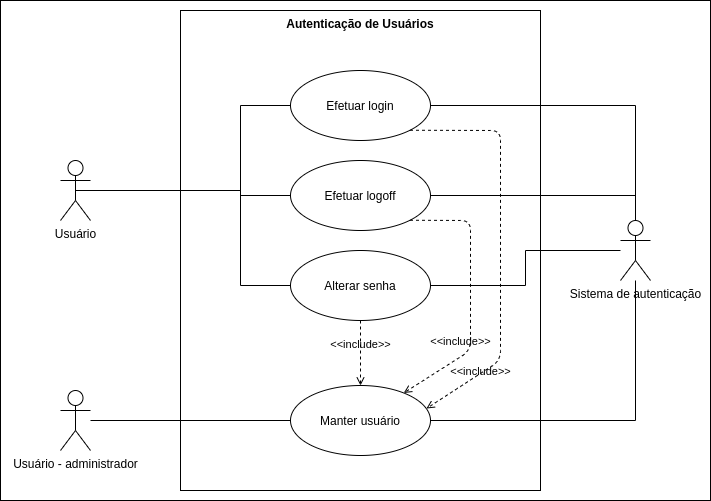
Above: documentacao/diagramas/diagrama_uc_autenticacao.png in jaisonpr/sigo (draw.io), before the change. Source tidied: cells renumbered, new cells last; positions are measured from the earlier drawing's top-left corner, leaving out a move shared by most shapes.
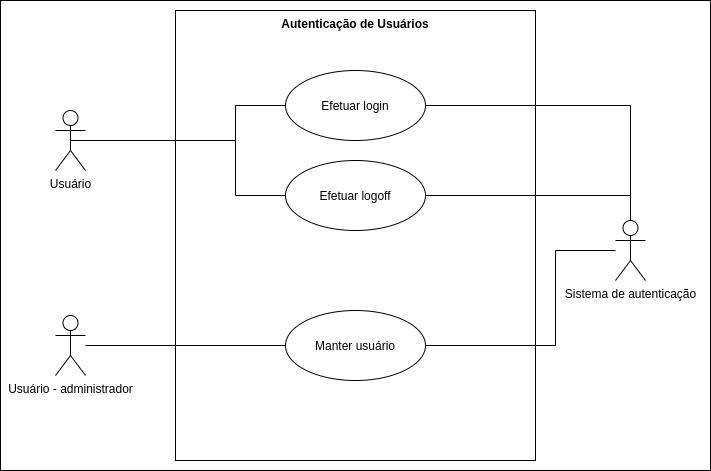
Later version of the same file.

The edit, as a diff of the source:
```diff
@@ -3,89 +3,70 @@
     <mxCell id="0" />
     <mxCell id="1" parent="0" />
     <mxCell id="2" style="rounded=0;whiteSpace=wrap;html=1;" parent="1" vertex="1">
-      <mxGeometry width="710" height="500" as="geometry" />
+      <mxGeometry x="5" width="710" height="470" as="geometry" />
     </mxCell>
     <mxCell id="3" value="Autenticação de Usuários" style="shape=rect;html=1;verticalAlign=top;fontStyle=1;whiteSpace=wrap;align=center;" parent="1" vertex="1">
-      <mxGeometry x="180" y="10" width="360" height="480" as="geometry" />
+      <mxGeometry x="180" y="10" width="360" height="450" as="geometry" />
     </mxCell>
     <mxCell id="4" style="edgeStyle=orthogonalEdgeStyle;rounded=0;jettySize=auto;html=1;exitX=0.5;exitY=0.5;exitDx=0;exitDy=0;exitPerimeter=0;entryX=0;entryY=0.5;entryDx=0;entryDy=0;endArrow=none;endFill=0;" parent="1" edge="1" source="7" target="9">
       <mxGeometry relative="1" as="geometry">
         <Array as="points">
-          <mxPoint x="240" y="190" />
+          <mxPoint x="240" y="140" />
           <mxPoint x="240" y="105" />
         </Array>
       </mxGeometry>
     </mxCell>
-    <mxCell id="5" style="edgeStyle=orthogonalEdgeStyle;rounded=0;jettySize=auto;html=1;entryX=0;entryY=0.5;entryDx=0;entryDy=0;endArrow=none;endFill=0;" parent="1" edge="1" source="7" target="11">
+    <mxCell id="5" style="edgeStyle=orthogonalEdgeStyle;rounded=0;jettySize=auto;html=1;entryX=0;entryY=0.5;entryDx=0;entryDy=0;endArrow=none;endFill=0;exitX=0.5;exitY=0.333;exitDx=0;exitDy=0;exitPerimeter=0;" parent="1" edge="1" source="7" target="11">
       <mxGeometry relative="1" as="geometry">
         <Array as="points">
-          <mxPoint x="240" y="190" />
+          <mxPoint x="75" y="140" />
+          <mxPoint x="240" y="140" />
           <mxPoint x="240" y="195" />
         </Array>
       </mxGeometry>
     </mxCell>
-    <mxCell id="6" style="edgeStyle=orthogonalEdgeStyle;rounded=0;jettySize=auto;html=1;entryX=0;entryY=0.5;entryDx=0;entryDy=0;endArrow=none;endFill=0;" parent="1" edge="1" source="7" target="13">
-      <mxGeometry relative="1" as="geometry">
-        <Array as="points">
-          <mxPoint x="240" y="190" />
-          <mxPoint x="240" y="285" />
-        </Array>
-      </mxGeometry>
-    </mxCell>
     <mxCell id="7" value="Usuário" style="shape=umlActor;verticalLabelPosition=bottom;verticalAlign=top;html=1;" parent="1" vertex="1">
-      <mxGeometry x="60" y="160" width="30" height="60" as="geometry" />
+      <mxGeometry x="60" y="110" width="30" height="60" as="geometry" />
     </mxCell>
-    <mxCell id="8" style="edgeStyle=orthogonalEdgeStyle;rounded=0;jettySize=auto;html=1;entryX=0.5;entryY=0;entryDx=0;entryDy=0;entryPerimeter=0;endArrow=none;endFill=0;" parent="1" edge="1" source="9" target="16">
-      <mxGeometry relative="1" as="geometry" />
+    <mxCell id="8" style="edgeStyle=orthogonalEdgeStyle;rounded=0;jettySize=auto;html=1;entryX=0.5;entryY=0.5;entryDx=0;entryDy=0;entryPerimeter=0;endArrow=none;endFill=0;" parent="1" edge="1" source="9" target="16">
+      <mxGeometry relative="1" as="geometry">
+        <Array as="points">
+          <mxPoint x="635" y="105" />
+        </Array>
+      </mxGeometry>
     </mxCell>
     <mxCell id="9" value="Efetuar login" style="ellipse;whiteSpace=wrap;html=1;" parent="1" vertex="1">
       <mxGeometry x="290" y="70" width="140" height="70" as="geometry" />
     </mxCell>
-    <mxCell id="10" style="edgeStyle=orthogonalEdgeStyle;rounded=0;jettySize=auto;html=1;entryX=0.5;entryY=0;entryDx=0;entryDy=0;entryPerimeter=0;endArrow=none;endFill=0;" parent="1" edge="1" source="11" target="16">
-      <mxGeometry relative="1" as="geometry" />
+    <mxCell id="10" style="edgeStyle=orthogonalEdgeStyle;rounded=0;jettySize=auto;html=1;entryX=0.5;entryY=0.5;entryDx=0;entryDy=0;entryPerimeter=0;endArrow=none;endFill=0;" parent="1" edge="1" source="11" target="16">
+      <mxGeometry relative="1" as="geometry">
+        <Array as="points">
+          <mxPoint x="635" y="195" />
+        </Array>
+      </mxGeometry>
     </mxCell>
     <mxCell id="11" value="Efetuar logoff" style="ellipse;whiteSpace=wrap;html=1;" parent="1" vertex="1">
       <mxGeometry x="290" y="160" width="140" height="70" as="geometry" />
     </mxCell>
-    <mxCell id="12" style="edgeStyle=orthogonalEdgeStyle;rounded=0;jettySize=auto;html=1;endArrow=none;endFill=0;" parent="1" edge="1" source="13" target="16">
-      <mxGeometry relative="1" as="geometry" />
-    </mxCell>
-    <mxCell id="13" value="Alterar senha" style="ellipse;whiteSpace=wrap;html=1;" parent="1" vertex="1">
-      <mxGeometry x="290" y="250" width="140" height="70" as="geometry" />
-    </mxCell>
-    <mxCell id="14" style="edgeStyle=orthogonalEdgeStyle;rounded=0;jettySize=auto;html=1;endArrow=none;endFill=0;" parent="1" edge="1" source="15" target="18">
+    <mxCell id="14" style="edgeStyle=orthogonalEdgeStyle;rounded=0;jettySize=auto;html=1;endArrow=none;endFill=0;entryX=0;entryY=0.5;entryDx=0;entryDy=0;" parent="1" edge="1" source="15" target="18">
       <mxGeometry relative="1" as="geometry" />
     </mxCell>
     <mxCell id="15" value="Usuário - administrador" style="shape=umlActor;verticalLabelPosition=bottom;verticalAlign=top;html=1;" parent="1" vertex="1">
-      <mxGeometry x="60" y="390" width="30" height="60" as="geometry" />
+      <mxGeometry x="60" y="315" width="30" height="60" as="geometry" />
     </mxCell>
     <mxCell id="16" value="Sistema de autenticação" style="shape=umlActor;verticalLabelPosition=bottom;verticalAlign=top;html=1;outlineConnect=0;" parent="1" vertex="1">
       <mxGeometry x="620" y="220" width="30" height="60" as="geometry" />
     </mxCell>
     <mxCell id="17" style="edgeStyle=orthogonalEdgeStyle;rounded=0;jettySize=auto;html=1;endArrow=none;endFill=0;" parent="1" edge="1" source="18" target="16">
-      <mxGeometry relative="1" as="geometry" />
+      <mxGeometry relative="1" as="geometry">
+        <Array as="points">
+          <mxPoint x="560" y="345" />
+          <mxPoint x="560" y="250" />
+        </Array>
+      </mxGeometry>
     </mxCell>
     <mxCell id="18" value="Manter usuário" style="ellipse;whiteSpace=wrap;html=1;" parent="1" vertex="1">
-      <mxGeometry x="290" y="385" width="140" height="70" as="geometry" />
+      <mxGeometry x="290" y="310" width="140" height="70" as="geometry" />
     </mxCell>
-    <mxCell id="19" value="&amp;lt;&amp;lt;include&amp;gt;&amp;gt;" style="edgeStyle=none;html=1;endArrow=open;verticalAlign=bottom;dashed=1;labelBackgroundColor=none;exitX=0.5;exitY=1;exitDx=0;exitDy=0;" parent="1" edge="1" source="13" target="18">
-      <mxGeometry relative="1" as="geometry" />
-    </mxCell>
-    <mxCell id="20" value="&amp;lt;&amp;lt;include&amp;gt;&amp;gt;" style="edgeStyle=none;html=1;endArrow=open;verticalAlign=bottom;dashed=1;labelBackgroundColor=none;exitX=1;exitY=1;exitDx=0;exitDy=0;" parent="1" edge="1" source="11" target="18">
-      <mxGeometry x="0.48" y="-5" relative="1" as="geometry">
-        <Array as="points">
-          <mxPoint x="470" y="220" />
-          <mxPoint x="470" y="350" />
-        </Array>
-      </mxGeometry>
-    </mxCell>
-    <mxCell id="21" value="&amp;lt;&amp;lt;include&amp;gt;&amp;gt;" style="edgeStyle=none;html=1;endArrow=open;verticalAlign=bottom;dashed=1;labelBackgroundColor=none;exitX=1;exitY=1;exitDx=0;exitDy=0;entryX=0.971;entryY=0.329;entryDx=0;entryDy=0;entryPerimeter=0;" parent="1" edge="1" source="9" target="18">
-      <mxGeometry x="0.7" y="6" relative="1" as="geometry">
-        <Array as="points">
-          <mxPoint x="500" y="130" />
-          <mxPoint x="500" y="360" />
-        </Array>
-      </mxGeometry>
-    </mxCell>
   </root>
 </mxGraphModel>
```
